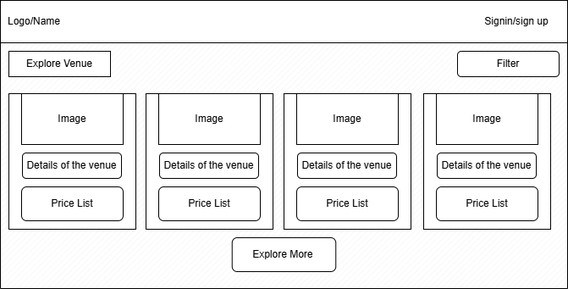
This is assets/homepage.png from pritamcode53/EventBooking, a draw.io export, as it was before one commit. Source tidied: cells renumbered, new cells last; positions are measured from the earlier drawing's top-left corner, leaving out a move shared by most shapes.
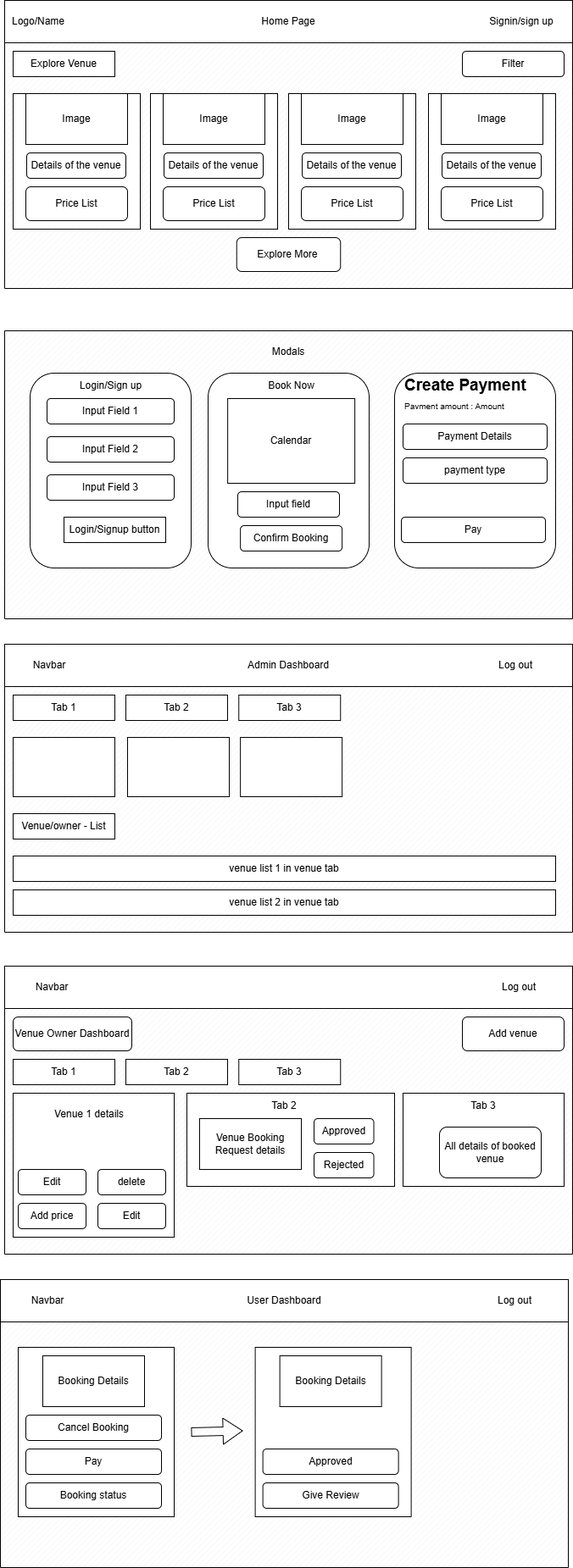
The same diagram one commit later.

The edit, as a diff of the source:
```diff
@@ -5,7 +5,7 @@
     <mxCell id="2" style="verticalLabelPosition=bottom;verticalAlign=top;html=1;shape=mxgraph.basic.patternFillRect;fillStyle=diag;step=5;fillStrokeWidth=0.2;fillStrokeColor=#dddddd;" parent="1" vertex="1">
       <mxGeometry width="670" height="340" as="geometry" />
     </mxCell>
-    <mxCell id="3" style="rounded=0;whiteSpace=wrap;html=1;" parent="1" vertex="1">
+    <mxCell id="3" value="Home Page" style="rounded=0;whiteSpace=wrap;html=1;" parent="1" vertex="1">
       <mxGeometry width="670" height="50" as="geometry" />
     </mxCell>
     <mxCell id="4" value="Logo/Name" style="text;html=1;whiteSpace=wrap;strokeColor=none;fillColor=none;align=center;verticalAlign=middle;rounded=0;" parent="1" vertex="1">
@@ -71,5 +71,214 @@
     <mxCell id="24" value="Explore More&amp;nbsp;" style="rounded=1;whiteSpace=wrap;html=1;" parent="1" vertex="1">
       <mxGeometry x="273.8" y="280" width="122.5" height="40" as="geometry" />
     </mxCell>
+    <mxCell id="25" style="verticalLabelPosition=bottom;verticalAlign=top;html=1;shape=mxgraph.basic.patternFillRect;fillStyle=diag;step=5;fillStrokeWidth=0.2;fillStrokeColor=#dddddd;" parent="1" vertex="1">
+      <mxGeometry y="390" width="670" height="340" as="geometry" />
+    </mxCell>
+    <mxCell id="26" value="Modals" style="text;html=1;whiteSpace=wrap;strokeColor=none;fillColor=none;align=center;verticalAlign=middle;rounded=0;" parent="1" vertex="1">
+      <mxGeometry x="291.9" y="400" width="86.2" height="30" as="geometry" />
+    </mxCell>
+    <mxCell id="27" style="rounded=1;whiteSpace=wrap;html=1;" parent="1" vertex="1">
+      <mxGeometry x="30" y="440" width="190" height="230" as="geometry" />
+    </mxCell>
+    <mxCell id="28" value="Login/Sign up" style="text;html=1;whiteSpace=wrap;strokeColor=none;fillColor=none;align=center;verticalAlign=middle;rounded=0;" parent="1" vertex="1">
+      <mxGeometry x="82.5" y="440" width="85" height="30" as="geometry" />
+    </mxCell>
+    <mxCell id="29" value="Input Field 1" style="rounded=1;whiteSpace=wrap;html=1;" parent="1" vertex="1">
+      <mxGeometry x="50" y="470" width="150" height="30" as="geometry" />
+    </mxCell>
+    <mxCell id="30" value="Input Field 2" style="rounded=1;whiteSpace=wrap;html=1;" parent="1" vertex="1">
+      <mxGeometry x="50" y="515" width="150" height="30" as="geometry" />
+    </mxCell>
+    <mxCell id="31" value="Input Field 3" style="rounded=1;whiteSpace=wrap;html=1;" parent="1" vertex="1">
+      <mxGeometry x="50" y="560" width="150" height="30" as="geometry" />
+    </mxCell>
+    <mxCell id="32" value="Login/Signup button" style="rounded=0;whiteSpace=wrap;html=1;" parent="1" vertex="1">
+      <mxGeometry x="70" y="610" width="120" height="30" as="geometry" />
+    </mxCell>
+    <mxCell id="33" style="rounded=1;whiteSpace=wrap;html=1;" parent="1" vertex="1">
+      <mxGeometry x="240" y="440" width="190" height="230" as="geometry" />
+    </mxCell>
+    <mxCell id="34" value="Book Now" style="text;html=1;whiteSpace=wrap;strokeColor=none;fillColor=none;align=center;verticalAlign=middle;rounded=0;" parent="1" vertex="1">
+      <mxGeometry x="295.6" y="440" width="85" height="30" as="geometry" />
+    </mxCell>
+    <mxCell id="35" value="Calendar" style="rounded=0;whiteSpace=wrap;html=1;" parent="1" vertex="1">
+      <mxGeometry x="263.1" y="470" width="150" height="100" as="geometry" />
+    </mxCell>
+    <mxCell id="36" value="Input field" style="rounded=1;whiteSpace=wrap;html=1;" parent="1" vertex="1">
+      <mxGeometry x="275" y="580" width="120" height="30" as="geometry" />
+    </mxCell>
+    <mxCell id="37" value="Confirm Booking" style="rounded=1;whiteSpace=wrap;html=1;" parent="1" vertex="1">
+      <mxGeometry x="278.1" y="620" width="120" height="30" as="geometry" />
+    </mxCell>
+    <mxCell id="38" style="verticalLabelPosition=bottom;verticalAlign=top;html=1;shape=mxgraph.basic.patternFillRect;fillStyle=diag;step=5;fillStrokeWidth=0.2;fillStrokeColor=#dddddd;" parent="1" vertex="1">
+      <mxGeometry y="760" width="670" height="340" as="geometry" />
+    </mxCell>
+    <mxCell id="39" style="rounded=1;whiteSpace=wrap;html=1;" parent="1" vertex="1">
+      <mxGeometry x="460" y="440" width="190" height="230" as="geometry" />
+    </mxCell>
+    <mxCell id="40" value="&lt;h1 style=&quot;margin-top: 0px;&quot;&gt;&lt;br&gt;&lt;/h1&gt;" style="text;html=1;whiteSpace=wrap;overflow=hidden;rounded=0;" parent="1" vertex="1">
+      <mxGeometry x="470" y="450" width="180" height="90" as="geometry" />
+    </mxCell>
+    <mxCell id="41" value="&lt;div style=&quot;line-height: 50%;&quot;&gt;&lt;h1 style=&quot;margin-top: 0px; line-height: 50%;&quot;&gt;&lt;font style=&quot;font-size: 19px; line-height: 50%;&quot;&gt;Create Payment&lt;/font&gt;&lt;/h1&gt;&lt;div&gt;&lt;font style=&quot;font-size: 10px; line-height: 50%;&quot;&gt;Payment amount : Amount&lt;/font&gt;&lt;/div&gt;&lt;/div&gt;" style="text;html=1;whiteSpace=wrap;overflow=hidden;rounded=0;" parent="1" vertex="1">
+      <mxGeometry x="470" y="440" width="180" height="50" as="geometry" />
+    </mxCell>
+    <mxCell id="42" value="Payment Details" style="rounded=1;whiteSpace=wrap;html=1;" parent="1" vertex="1">
+      <mxGeometry x="470" y="500" width="170" height="30" as="geometry" />
+    </mxCell>
+    <mxCell id="43" value="payment type" style="rounded=1;whiteSpace=wrap;html=1;" parent="1" vertex="1">
+      <mxGeometry x="470" y="540" width="170" height="30" as="geometry" />
+    </mxCell>
+    <mxCell id="44" value="Pay" style="rounded=1;whiteSpace=wrap;html=1;" parent="1" vertex="1">
+      <mxGeometry x="468" y="610" width="170" height="30" as="geometry" />
+    </mxCell>
+    <mxCell id="45" value="Admin Dashboard" style="rounded=0;whiteSpace=wrap;html=1;" parent="1" vertex="1">
+      <mxGeometry y="760" width="670" height="50" as="geometry" />
+    </mxCell>
+    <mxCell id="46" value="Navbar" style="text;html=1;whiteSpace=wrap;strokeColor=none;fillColor=none;align=center;verticalAlign=middle;rounded=0;" parent="1" vertex="1">
+      <mxGeometry x="22.5" y="770" width="60" height="30" as="geometry" />
+    </mxCell>
+    <mxCell id="47" value="Log out" style="text;html=1;whiteSpace=wrap;strokeColor=none;fillColor=none;align=center;verticalAlign=middle;rounded=0;" parent="1" vertex="1">
+      <mxGeometry x="573" y="770" width="60" height="30" as="geometry" />
+    </mxCell>
+    <mxCell id="48" value="Tab 1" style="rounded=0;whiteSpace=wrap;html=1;" parent="1" vertex="1">
+      <mxGeometry x="10" y="820" width="120" height="30" as="geometry" />
+    </mxCell>
+    <mxCell id="49" value="Tab 2" style="rounded=0;whiteSpace=wrap;html=1;" parent="1" vertex="1">
+      <mxGeometry x="143" y="820" width="120" height="30" as="geometry" />
+    </mxCell>
+    <mxCell id="50" value="Tab 3" style="rounded=0;whiteSpace=wrap;html=1;" parent="1" vertex="1">
+      <mxGeometry x="276.2" y="820" width="120" height="30" as="geometry" />
+    </mxCell>
+    <mxCell id="51" style="rounded=0;whiteSpace=wrap;html=1;" parent="1" vertex="1">
+      <mxGeometry x="10" y="870" width="120" height="70" as="geometry" />
+    </mxCell>
+    <mxCell id="52" style="rounded=0;whiteSpace=wrap;html=1;" parent="1" vertex="1">
+      <mxGeometry x="145" y="870" width="120" height="70" as="geometry" />
+    </mxCell>
+    <mxCell id="53" style="rounded=0;whiteSpace=wrap;html=1;" parent="1" vertex="1">
+      <mxGeometry x="278.1" y="870" width="120" height="70" as="geometry" />
+    </mxCell>
+    <mxCell id="54" value="Venue/owner - List" style="rounded=0;whiteSpace=wrap;html=1;" parent="1" vertex="1">
+      <mxGeometry x="10" y="960" width="120" height="30" as="geometry" />
+    </mxCell>
+    <mxCell id="55" value="venue list 1 in venue tab" style="rounded=0;whiteSpace=wrap;html=1;" parent="1" vertex="1">
+      <mxGeometry x="10" y="1010" width="640" height="30" as="geometry" />
+    </mxCell>
+    <mxCell id="56" value="venue list 2 in venue tab" style="rounded=0;whiteSpace=wrap;html=1;" parent="1" vertex="1">
+      <mxGeometry x="10" y="1050" width="640" height="30" as="geometry" />
+    </mxCell>
+    <mxCell id="57" style="verticalLabelPosition=bottom;verticalAlign=top;html=1;shape=mxgraph.basic.patternFillRect;fillStyle=diag;step=5;fillStrokeWidth=0.2;fillStrokeColor=#dddddd;" parent="1" vertex="1">
+      <mxGeometry y="1140" width="670" height="340" as="geometry" />
+    </mxCell>
+    <mxCell id="58" style="rounded=0;whiteSpace=wrap;html=1;" parent="1" vertex="1">
+      <mxGeometry y="1140" width="670" height="50" as="geometry" />
+    </mxCell>
+    <mxCell id="59" value="Navbar" style="text;html=1;whiteSpace=wrap;strokeColor=none;fillColor=none;align=center;verticalAlign=middle;rounded=0;" parent="1" vertex="1">
+      <mxGeometry x="26" y="1150" width="60" height="30" as="geometry" />
+    </mxCell>
+    <mxCell id="60" value="Log out" style="text;html=1;whiteSpace=wrap;strokeColor=none;fillColor=none;align=center;verticalAlign=middle;rounded=0;" parent="1" vertex="1">
+      <mxGeometry x="576.5" y="1150" width="60" height="30" as="geometry" />
+    </mxCell>
+    <mxCell id="61" value="Venue Owner Dashboard" style="rounded=1;whiteSpace=wrap;html=1;" parent="1" vertex="1">
+      <mxGeometry x="10" y="1200" width="140" height="40" as="geometry" />
+    </mxCell>
+    <mxCell id="62" value="Add venue" style="rounded=1;whiteSpace=wrap;html=1;" parent="1" vertex="1">
+      <mxGeometry x="540" y="1200" width="120" height="40" as="geometry" />
+    </mxCell>
+    <mxCell id="63" style="rounded=0;whiteSpace=wrap;html=1;" parent="1" vertex="1">
+      <mxGeometry x="10" y="1290" width="190" height="170" as="geometry" />
+    </mxCell>
+    <mxCell id="64" value="Venue 1 details" style="text;html=1;whiteSpace=wrap;strokeColor=none;fillColor=none;align=center;verticalAlign=middle;rounded=0;" parent="1" vertex="1">
+      <mxGeometry x="10" y="1300" width="180" height="30" as="geometry" />
+    </mxCell>
+    <mxCell id="65" value="Edit" style="rounded=1;whiteSpace=wrap;html=1;" parent="1" vertex="1">
+      <mxGeometry x="16" y="1380" width="80" height="30" as="geometry" />
+    </mxCell>
+    <mxCell id="66" value="delete" style="rounded=1;whiteSpace=wrap;html=1;" parent="1" vertex="1">
+      <mxGeometry x="110" y="1380" width="80" height="30" as="geometry" />
+    </mxCell>
+    <mxCell id="67" value="Add price" style="rounded=1;whiteSpace=wrap;html=1;" parent="1" vertex="1">
+      <mxGeometry x="16" y="1420" width="80" height="30" as="geometry" />
+    </mxCell>
+    <mxCell id="68" value="Edit" style="rounded=1;whiteSpace=wrap;html=1;" parent="1" vertex="1">
+      <mxGeometry x="110" y="1420" width="80" height="30" as="geometry" />
+    </mxCell>
+    <mxCell id="69" value="Tab 1" style="rounded=0;whiteSpace=wrap;html=1;" parent="1" vertex="1">
+      <mxGeometry x="10" y="1250" width="120" height="30" as="geometry" />
+    </mxCell>
+    <mxCell id="70" value="Tab 2" style="rounded=0;whiteSpace=wrap;html=1;" parent="1" vertex="1">
+      <mxGeometry x="143" y="1250" width="120" height="30" as="geometry" />
+    </mxCell>
+    <mxCell id="71" value="Tab 3" style="rounded=0;whiteSpace=wrap;html=1;" parent="1" vertex="1">
+      <mxGeometry x="276.2" y="1250" width="120" height="30" as="geometry" />
+    </mxCell>
+    <mxCell id="72" style="rounded=0;whiteSpace=wrap;html=1;" parent="1" vertex="1">
+      <mxGeometry x="215" y="1290" width="245" height="110" as="geometry" />
+    </mxCell>
+    <mxCell id="73" value="Tab 2" style="text;html=1;whiteSpace=wrap;strokeColor=none;fillColor=none;align=center;verticalAlign=middle;rounded=0;" parent="1" vertex="1">
+      <mxGeometry x="300" y="1290" width="60" height="30" as="geometry" />
+    </mxCell>
+    <mxCell id="74" value="Venue Booking Request details" style="rounded=0;whiteSpace=wrap;html=1;" parent="1" vertex="1">
+      <mxGeometry x="230" y="1320" width="120" height="60" as="geometry" />
+    </mxCell>
+    <mxCell id="75" value="Approved" style="rounded=1;whiteSpace=wrap;html=1;" parent="1" vertex="1">
+      <mxGeometry x="365" y="1320" width="70.5" height="30" as="geometry" />
+    </mxCell>
+    <mxCell id="76" value="Rejected" style="rounded=1;whiteSpace=wrap;html=1;" parent="1" vertex="1">
+      <mxGeometry x="365" y="1360" width="70.5" height="30" as="geometry" />
+    </mxCell>
+    <mxCell id="77" style="rounded=0;whiteSpace=wrap;html=1;" parent="1" vertex="1">
+      <mxGeometry x="470" y="1290" width="190" height="110" as="geometry" />
+    </mxCell>
+    <mxCell id="78" value="Tab 3" style="text;html=1;whiteSpace=wrap;strokeColor=none;fillColor=none;align=center;verticalAlign=middle;rounded=0;" parent="1" vertex="1">
+      <mxGeometry x="535" y="1290" width="60" height="30" as="geometry" />
+    </mxCell>
+    <mxCell id="79" value="All details of booked venue" style="rounded=1;whiteSpace=wrap;html=1;" parent="1" vertex="1">
+      <mxGeometry x="513" y="1330" width="120" height="60" as="geometry" />
+    </mxCell>
+    <mxCell id="80" style="verticalLabelPosition=bottom;verticalAlign=top;html=1;shape=mxgraph.basic.patternFillRect;fillStyle=diag;step=5;fillStrokeWidth=0.2;fillStrokeColor=#dddddd;" parent="1" vertex="1">
+      <mxGeometry x="-5" y="1510" width="670" height="340" as="geometry" />
+    </mxCell>
+    <mxCell id="81" value="User Dashboard" style="rounded=0;whiteSpace=wrap;html=1;" parent="1" vertex="1">
+      <mxGeometry x="-5" y="1510" width="670" height="50" as="geometry" />
+    </mxCell>
+    <mxCell id="82" value="Navbar" style="text;html=1;whiteSpace=wrap;strokeColor=none;fillColor=none;align=center;verticalAlign=middle;rounded=0;" parent="1" vertex="1">
+      <mxGeometry x="21" y="1520" width="60" height="30" as="geometry" />
+    </mxCell>
+    <mxCell id="83" value="Log out" style="text;html=1;whiteSpace=wrap;strokeColor=none;fillColor=none;align=center;verticalAlign=middle;rounded=0;" parent="1" vertex="1">
+      <mxGeometry x="571.5" y="1520" width="60" height="30" as="geometry" />
+    </mxCell>
+    <mxCell id="84" style="rounded=0;whiteSpace=wrap;html=1;" parent="1" vertex="1">
+      <mxGeometry x="16" y="1590" width="184" height="200" as="geometry" />
+    </mxCell>
+    <mxCell id="85" value="Booking Details" style="rounded=0;whiteSpace=wrap;html=1;" parent="1" vertex="1">
+      <mxGeometry x="45" y="1600" width="120" height="60" as="geometry" />
+    </mxCell>
+    <mxCell id="86" value="Cancel Booking" style="rounded=1;whiteSpace=wrap;html=1;" parent="1" vertex="1">
+      <mxGeometry x="25" y="1670" width="160" height="30" as="geometry" />
+    </mxCell>
+    <mxCell id="87" value="Pay" style="rounded=1;whiteSpace=wrap;html=1;" parent="1" vertex="1">
+      <mxGeometry x="25" y="1710" width="160" height="30" as="geometry" />
+    </mxCell>
+    <mxCell id="88" value="Booking status" style="rounded=1;whiteSpace=wrap;html=1;" parent="1" vertex="1">
+      <mxGeometry x="25" y="1750" width="160" height="30" as="geometry" />
+    </mxCell>
+    <mxCell id="89" style="shape=flexArrow;endArrow=classic;html=1;rounded=0;entryX=0.427;entryY=0.525;entryDx=0;entryDy=0;entryPerimeter=0;width=10;endSize=7.32;startSize=7.32;" parent="1" edge="1" target="80">
+      <mxGeometry relative="1" as="geometry">
+        <mxPoint x="220" y="1690" as="sourcePoint" />
+      </mxGeometry>
+    </mxCell>
+    <mxCell id="90" style="rounded=0;whiteSpace=wrap;html=1;" parent="1" vertex="1">
+      <mxGeometry x="295.6" y="1590" width="184" height="200" as="geometry" />
+    </mxCell>
+    <mxCell id="91" value="Booking Details" style="rounded=0;whiteSpace=wrap;html=1;" parent="1" vertex="1">
+      <mxGeometry x="324.6" y="1600" width="120" height="60" as="geometry" />
+    </mxCell>
+    <mxCell id="92" value="Approved" style="rounded=1;whiteSpace=wrap;html=1;" parent="1" vertex="1">
+      <mxGeometry x="304.6" y="1710" width="160" height="30" as="geometry" />
+    </mxCell>
+    <mxCell id="93" value="Give Review" style="rounded=1;whiteSpace=wrap;html=1;" parent="1" vertex="1">
+      <mxGeometry x="304.6" y="1750" width="160" height="30" as="geometry" />
+    </mxCell>
   </root>
 </mxGraphModel>
```
